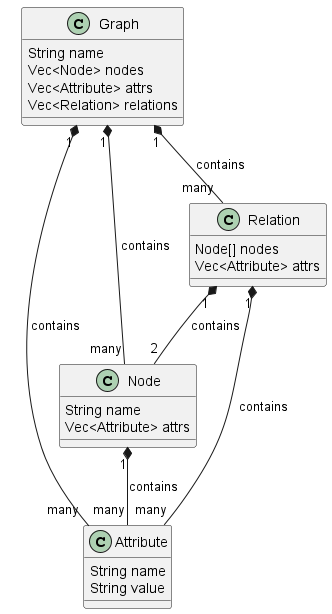
This is Exercism/rust/medium/dot-dsl/document/graph/graph.png from Tatsukiyoshi/Weekend_Programming, a PlantUML export, as it was before one commit.
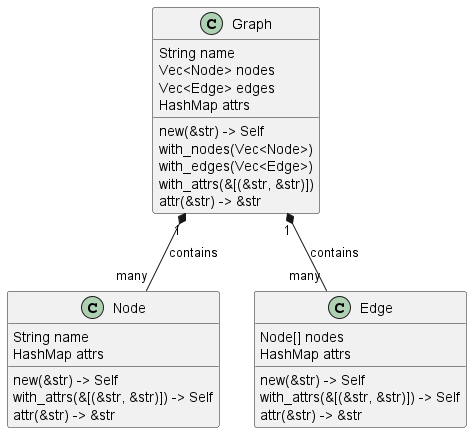
Later version of the same file.

Change to the diagram source:
```diff
@@ -3,33 +3,33 @@
 class Graph {
   {field} String name
   {field} Vec<Node> nodes
-  {field} Vec<Attribute> attrs
-  {field} Vec<Relation> relations
+  {field} Vec<Edge> edges
+  {field} HashMap attrs
+  {method} new(&str) -> Self
+  {method} with_nodes(Vec<Node>)
+  {method} with_edges(Vec<Edge>)
+  {method} with_attrs(&[(&str, &str)])
+  {method} attr(&str) -> &str
 }
 
 Graph "1" *-- "many" Node : contains
 
 class Node {
   {field} String name
-  {field} Vec<Attribute> attrs
+  {field} HashMap attrs
+  {method} new(&str) -> Self
+  {method} with_attrs(&[(&str, &str)]) -> Self
+  {method} attr(&str) -> &str
 }
 
-Graph "1" *-- "many" Attribute : contains
-Node "1" *-- "many" Attribute : contains
+Graph "1" *-- "many" Edge : contains
 
-class Attribute {
-  {field} String name
-  {field} String value
+class Edge {
+  {field} Node[] nodes
+  {field} HashMap attrs
+  {method} new(&str) -> Self
+  {method} with_attrs(&[(&str, &str)]) -> Self
+  {method} attr(&str) -> &str
 }
 
-Graph "1" *-- "many" Relation : contains
-
-class Relation {
-  {field} Node[] nodes
-  {field} Vec<Attribute> attrs
-}
-
-Relation "1" *-- "2" Node : contains
-Relation "1" *-- "many" Attribute : contains
-
 @enduml
```
